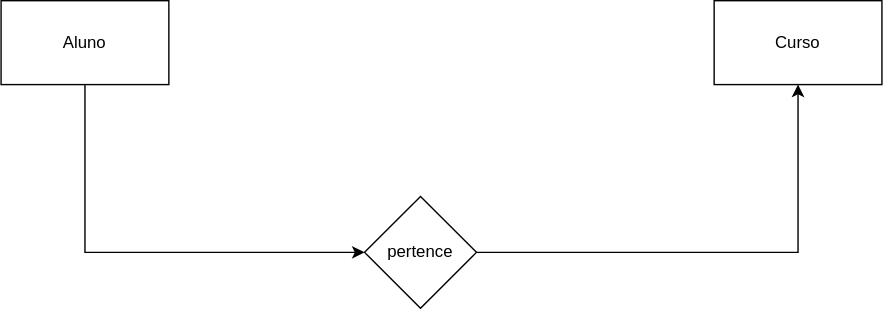
This is Aula 16Marco2026.drawio.svg from adonissilver/santabd, a draw.io export, as it was before one commit. Source tidied: cells renumbered, new cells last; positions are measured from the earlier drawing's top-left corner, leaving out a move shared by most shapes.
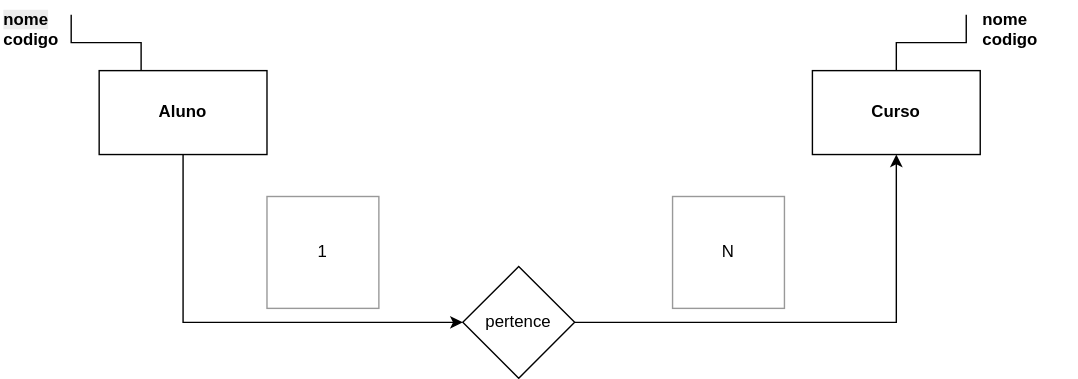
Later version of the same file.

What changed in the source:
```diff
@@ -5,7 +5,12 @@
     <mxCell id="2" style="edgeStyle=orthogonalEdgeStyle;rounded=0;jettySize=auto;html=1;exitX=0.5;exitY=1;exitDx=0;exitDy=0;entryX=0;entryY=0.5;entryDx=0;entryDy=0;" parent="1" edge="1" source="3" target="5">
       <mxGeometry relative="1" as="geometry" />
     </mxCell>
+    <mxCell id="7" style="edgeStyle=orthogonalEdgeStyle;rounded=0;jettySize=auto;html=1;exitX=0.25;exitY=0;exitDx=0;exitDy=0;endArrow=none;endFill=0;" parent="1" edge="1" source="3">
+      <mxGeometry relative="1" as="geometry">
+        <mxPoint x="-20" y="-40" as="targetPoint" />
+      </mxGeometry>
+    </mxCell>
-    <mxCell id="3" value="Aluno" style="rounded=0;whiteSpace=wrap;html=1;" parent="1" vertex="1">
+    <mxCell id="3" value="&lt;b&gt;Aluno&lt;/b&gt;" style="rounded=0;whiteSpace=wrap;html=1;" parent="1" vertex="1">
       <mxGeometry width="120" height="60" as="geometry" />
     </mxCell>
     <mxCell id="4" style="edgeStyle=orthogonalEdgeStyle;rounded=0;jettySize=auto;html=1;exitX=1;exitY=0.5;exitDx=0;exitDy=0;entryX=0.5;entryY=1;entryDx=0;entryDy=0;" parent="1" edge="1" source="5" target="6">
@@ -14,8 +19,25 @@
     <mxCell id="5" value="pertence" style="rhombus;whiteSpace=wrap;html=1;" parent="1" vertex="1">
       <mxGeometry x="260" y="140" width="80" height="80" as="geometry" />
     </mxCell>
+    <mxCell id="8" style="edgeStyle=orthogonalEdgeStyle;rounded=0;jettySize=auto;html=1;exitX=0.5;exitY=0;exitDx=0;exitDy=0;endArrow=none;endFill=0;" parent="1" edge="1" source="6">
+      <mxGeometry relative="1" as="geometry">
+        <mxPoint x="620" y="-40" as="targetPoint" />
+      </mxGeometry>
+    </mxCell>
-    <mxCell id="6" value="Curso" style="rounded=0;whiteSpace=wrap;html=1;" parent="1" vertex="1">
+    <mxCell id="6" value="&lt;b&gt;Curso&lt;/b&gt;" style="rounded=0;whiteSpace=wrap;html=1;" parent="1" vertex="1">
       <mxGeometry x="510" width="120" height="60" as="geometry" />
     </mxCell>
+    <mxCell id="9" value="1" style="whiteSpace=wrap;html=1;shadow=0;strokeColor=#999999;" parent="1" vertex="1">
+      <mxGeometry x="120" y="90" width="80" height="80" as="geometry" />
+    </mxCell>
+    <mxCell id="10" value="N" style="whiteSpace=wrap;html=1;shadow=0;strokeColor=#999999;" parent="1" vertex="1">
+      <mxGeometry x="410" y="90" width="80" height="80" as="geometry" />
+    </mxCell>
+    <mxCell id="11" value="&lt;b style=&quot;forced-color-adjust: none; color: rgb(0, 0, 0); font-family: Helvetica; font-size: 12px; font-style: normal; font-variant-ligatures: normal; font-variant-caps: normal; letter-spacing: normal; orphans: 2; text-align: center; text-indent: 0px; text-transform: none; widows: 2; word-spacing: 0px; -webkit-text-stroke-width: 0px; white-space: normal; background-color: rgb(236, 236, 236); text-decoration-thickness: initial; text-decoration-style: initial; text-decoration-color: initial;&quot;&gt;nome&lt;/b&gt;&lt;div style=&quot;text-align: center;&quot;&gt;&lt;b&gt;codigo&lt;/b&gt;&lt;/div&gt;" style="text;whiteSpace=wrap;html=1;" parent="1" vertex="1">
+      <mxGeometry x="-70" y="-50" width="70" height="40" as="geometry" />
+    </mxCell>
+    <mxCell id="12" value="&lt;b&gt;nome&lt;/b&gt;&lt;div&gt;&lt;b&gt;codigo&lt;/b&gt;&lt;/div&gt;" style="text;whiteSpace=wrap;html=1;" parent="1" vertex="1">
+      <mxGeometry x="630" y="-50" width="70" height="40" as="geometry" />
+    </mxCell>
   </root>
 </mxGraphModel>
```
